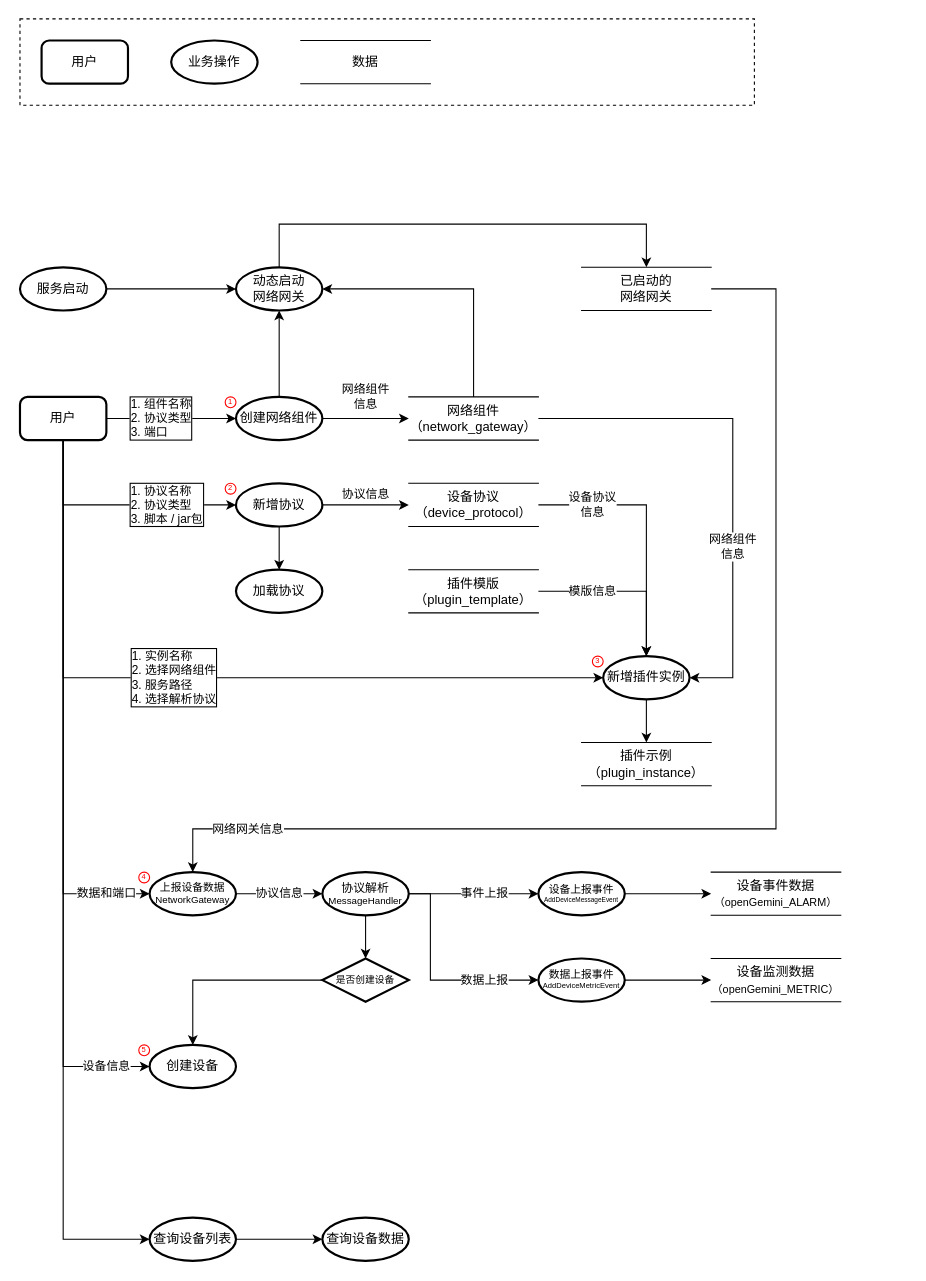
Earlier version of the draw.io diagram others/数字孪生.drawio (Qunz/drawio). Source tidied: cells renumbered, new cells numbered last; positions are measured from the earlier drawing's top-left corner, leaving out a move shared by most shapes. Both pictures are drawn from the tidied source at 108%, with x=0, y=0 at pixel (19, 18).
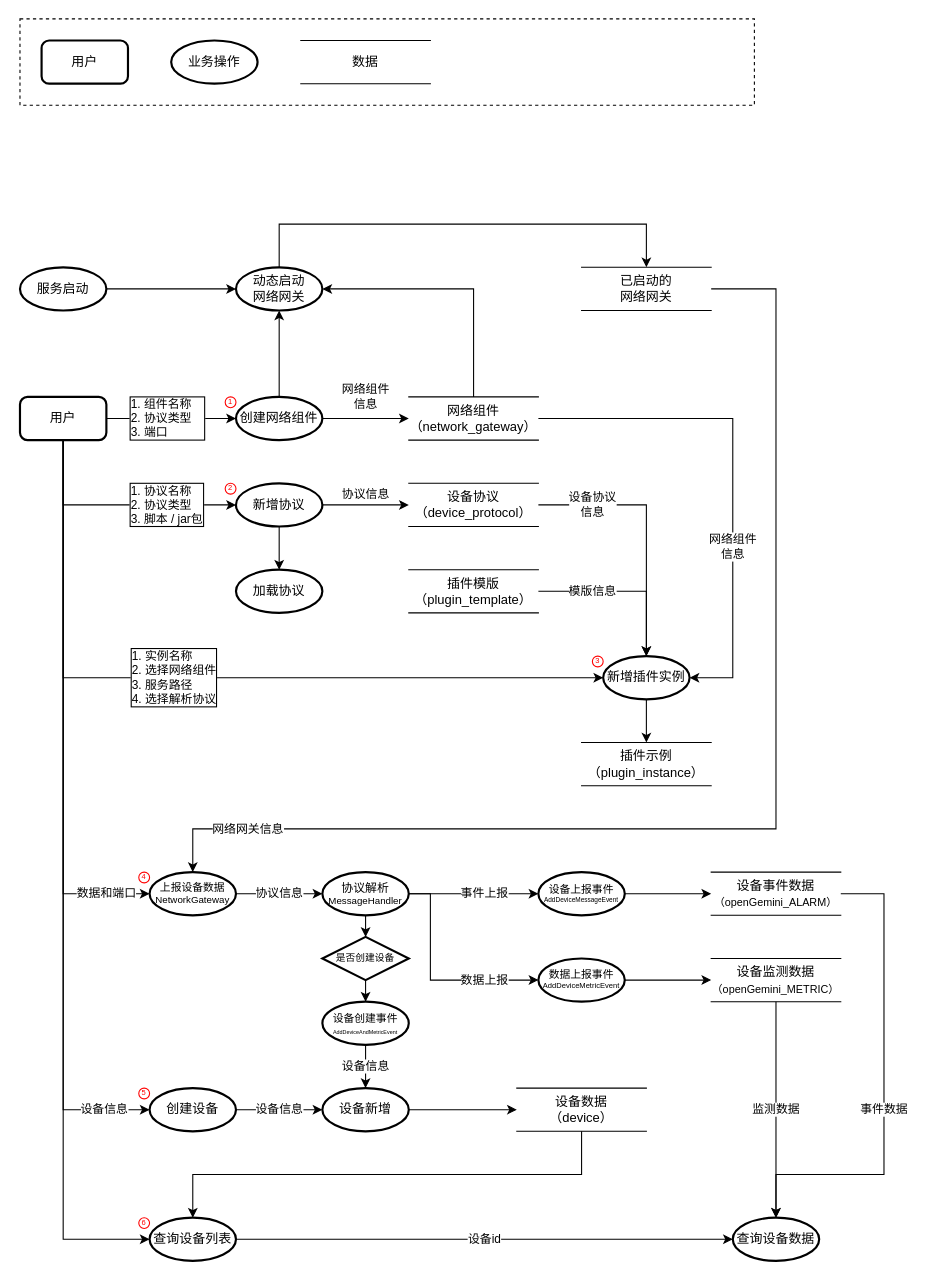
The same diagram, later.

Commit message:
更新数字孪生.drawio

Unchanged cells that the change refers to:
```xml
<mxCell id="4" value="用户" style="rounded=1;whiteSpace=wrap;html=1;absoluteArcSize=1;arcSize=14;strokeWidth=2;" parent="1" vertex="1">
  <mxGeometry y="350" width="80" height="40" as="geometry" />
</mxCell>
<mxCell id="7" value="创建网络组件" style="strokeWidth=2;html=1;shape=mxgraph.flowchart.start_1;whiteSpace=wrap;" parent="1" vertex="1">
  <mxGeometry x="200" y="350" width="80" height="40" as="geometry" />
</mxCell>
<mxCell id="36" value="查询设备列表" style="strokeWidth=2;html=1;shape=mxgraph.flowchart.start_1;whiteSpace=wrap;" parent="1" vertex="1">
  <mxGeometry x="120" y="1110" width="80" height="40" as="geometry" />
</mxCell>
<mxCell id="48" value="&lt;font style=&quot;font-size: 11px;&quot;&gt;协议解析&lt;/font&gt;&lt;div&gt;MessageHandler&lt;/div&gt;" style="strokeWidth=2;html=1;shape=mxgraph.flowchart.start_1;whiteSpace=wrap;fontSize=9;" parent="1" vertex="1">
  <mxGeometry x="280" y="790" width="80" height="40" as="geometry" />
</mxCell>
<mxCell id="67" value="设备监测数据&lt;br&gt;&lt;font style=&quot;font-size: 10px;&quot;&gt;（openGemini_METRIC）&lt;/font&gt;" style="shape=partialRectangle;whiteSpace=wrap;html=1;left=0;right=0;fillColor=none;" parent="1" vertex="1">
  <mxGeometry x="640" y="870" width="120" height="40" as="geometry" />
</mxCell>
<mxCell id="68" value="设备事件数据&lt;br&gt;&lt;font style=&quot;font-size: 10px;&quot;&gt;（openGemini_ALARM）&lt;/font&gt;" style="shape=partialRectangle;whiteSpace=wrap;html=1;left=0;right=0;fillColor=none;" parent="1" vertex="1">
  <mxGeometry x="640" y="790" width="120" height="40" as="geometry" />
</mxCell>
```

Diff of the diagram source:
```diff
@@
-    <mxCell id="2" value="1. 组件名称&lt;div&gt;2. 协议类型&lt;/div&gt;&lt;div&gt;3. 端口&lt;/div&gt;" style="edgeStyle=orthogonalEdgeStyle;rounded=0;jettySize=auto;html=1;align=left;textShadow=0;labelBorderColor=default;" parent="1" edge="1" source="4" target="7">
+    <mxCell id="2" value="1. 组件名称&amp;nbsp; &amp;nbsp;&amp;nbsp;&lt;div&gt;2. 协议类型&lt;/div&gt;&lt;div&gt;3. 端口&lt;/div&gt;" style="edgeStyle=orthogonalEdgeStyle;rounded=0;jettySize=auto;html=1;align=left;textShadow=0;labelBorderColor=default;" parent="1" edge="1" source="4" target="7">
       <mxGeometry x="-0.67" relative="1" as="geometry">
         <Array as="points">
           <mxPoint x="170" y="370" />
           <mxPoint x="170" y="370" />
         </Array>
       </mxGeometry>
     </mxCell>
@@
-    <mxCell id="35" style="edgeStyle=orthogonalEdgeStyle;rounded=0;jettySize=auto;html=1;" parent="1" edge="1" source="36" target="37">
+    <mxCell id="35" value="设备id" style="edgeStyle=orthogonalEdgeStyle;rounded=0;jettySize=auto;html=1;" parent="1" edge="1" source="36" target="37">
       <mxGeometry relative="1" as="geometry" />
     </mxCell>
@@
     <mxCell id="37" value="查询设备数据" style="strokeWidth=2;html=1;shape=mxgraph.flowchart.start_1;whiteSpace=wrap;" parent="1" vertex="1">
-      <mxGeometry x="280" y="1110" width="80" height="40" as="geometry" />
+      <mxGeometry x="660" y="1110" width="80" height="40" as="geometry" />
     </mxCell>
@@
     <mxCell id="43" style="group;" parent="1" vertex="1">
-      <mxGeometry x="110" y="950" width="10" height="10" as="geometry" />
+      <mxGeometry x="110" y="990" width="10" height="10" as="geometry" />
     </mxCell>
@@
-    <mxCell id="47" style="edgeStyle=orthogonalEdgeStyle;rounded=0;jettySize=auto;html=1;" parent="1" edge="1" source="48" target="61">
+    <mxCell id="47" style="edgeStyle=orthogonalEdgeStyle;rounded=0;jettySize=auto;html=1;entryX=0.5;entryY=0;entryDx=0;entryDy=0;" parent="1" edge="1" source="48" target="61">
       <mxGeometry relative="1" as="geometry" />
     </mxCell>
@@
+    <mxCell id="70" style="edgeStyle=orthogonalEdgeStyle;rounded=0;jettySize=auto;html=1;" parent="1" edge="1" source="61" target="74">
+      <mxGeometry relative="1" as="geometry" />
+    </mxCell>
     <mxCell id="61" value="是否创建设备" style="rhombus;whiteSpace=wrap;html=1;fontSize=9;strokeWidth=2;" parent="1" vertex="1">
-      <mxGeometry x="280" y="870" width="80" height="40" as="geometry" />
+      <mxGeometry x="280" y="850" width="80" height="40" as="geometry" />
     </mxCell>
+    <mxCell id="71" value="设备信息" style="edgeStyle=orthogonalEdgeStyle;rounded=0;jettySize=auto;html=1;" parent="1" edge="1" source="62" target="76">
+      <mxGeometry relative="1" as="geometry" />
+    </mxCell>
     <mxCell id="62" value="创建设备" style="strokeWidth=2;html=1;shape=mxgraph.flowchart.start_1;whiteSpace=wrap;" parent="1" vertex="1">
-      <mxGeometry x="120" y="950" width="80" height="40" as="geometry" />
+      <mxGeometry x="120" y="990" width="80" height="40" as="geometry" />
     </mxCell>
-    <mxCell id="63" style="edgeStyle=orthogonalEdgeStyle;rounded=0;jettySize=auto;html=1;entryX=0.5;entryY=0;entryDx=0;entryDy=0;entryPerimeter=0;" parent="1" edge="1" source="61" target="62">
-      <mxGeometry relative="1" as="geometry" />
-    </mxCell>
@@
+    <mxCell id="72" value="事件数据" style="edgeStyle=orthogonalEdgeStyle;rounded=0;jettySize=auto;html=1;exitX=1;exitY=0.5;exitDx=0;exitDy=0;" parent="1" edge="1" source="68">
+      <mxGeometry x="0.09" relative="1" as="geometry">
+        <mxPoint x="700" y="1110" as="targetPoint" />
+        <Array as="points">
+          <mxPoint x="800" y="810" />
+          <mxPoint x="800" y="1070" />
+          <mxPoint x="700" y="1070" />
+        </Array>
+      </mxGeometry>
+    </mxCell>
@@
     <mxCell id="69" value="设备信息" style="edgeStyle=orthogonalEdgeStyle;rounded=0;jettySize=auto;html=1;entryX=0;entryY=0.5;entryDx=0;entryDy=0;entryPerimeter=0;" parent="1" edge="1" source="4" target="62">
       <mxGeometry x="0.88" relative="1" as="geometry">
         <Array as="points">
-          <mxPoint x="40" y="970" />
+          <mxPoint x="40" y="1010" />
         </Array>
       </mxGeometry>
     </mxCell>
+    <mxCell id="73" value="设备信息" style="edgeStyle=orthogonalEdgeStyle;rounded=0;jettySize=auto;html=1;" parent="1" edge="1" source="74" target="76">
+      <mxGeometry relative="1" as="geometry">
+        <Array as="points">
+          <mxPoint x="320" y="970" />
+          <mxPoint x="320" y="970" />
+        </Array>
+      </mxGeometry>
+    </mxCell>
+    <mxCell id="74" value="&lt;div style=&quot;line-height: 90%;&quot;&gt;&lt;font style=&quot;font-size: 10px; line-height: 90%;&quot;&gt;设备创建事件&lt;/font&gt;&lt;div&gt;&lt;font style=&quot;font-size: 5px; line-height: 90%;&quot;&gt;AddDeviceAndMetricEvent&lt;/font&gt;&lt;/div&gt;&lt;/div&gt;" style="strokeWidth=2;html=1;shape=mxgraph.flowchart.start_1;whiteSpace=wrap;verticalAlign=middle;" parent="1" vertex="1">
+      <mxGeometry x="280" y="910" width="80" height="40" as="geometry" />
+    </mxCell>
+    <mxCell id="75" style="edgeStyle=orthogonalEdgeStyle;rounded=0;jettySize=auto;html=1;" parent="1" edge="1" source="76" target="78">
+      <mxGeometry relative="1" as="geometry" />
+    </mxCell>
+    <mxCell id="76" value="设备新增" style="strokeWidth=2;html=1;shape=mxgraph.flowchart.start_1;whiteSpace=wrap;" parent="1" vertex="1">
+      <mxGeometry x="280" y="990" width="80" height="40" as="geometry" />
+    </mxCell>
+    <mxCell id="77" style="edgeStyle=orthogonalEdgeStyle;rounded=0;jettySize=auto;html=1;" parent="1" edge="1" source="78" target="36">
+      <mxGeometry relative="1" as="geometry">
+        <Array as="points">
+          <mxPoint x="520" y="1070" />
+          <mxPoint x="160" y="1070" />
+        </Array>
+      </mxGeometry>
+    </mxCell>
+    <mxCell id="78" value="设备数据&lt;br&gt;&lt;font&gt;（device）&lt;/font&gt;" style="shape=partialRectangle;whiteSpace=wrap;html=1;left=0;right=0;fillColor=none;" parent="1" vertex="1">
+      <mxGeometry x="460" y="990" width="120" height="40" as="geometry" />
+    </mxCell>
+    <mxCell id="79" value="监测数据" style="edgeStyle=orthogonalEdgeStyle;rounded=0;jettySize=auto;html=1;entryX=0.5;entryY=0;entryDx=0;entryDy=0;entryPerimeter=0;" parent="1" edge="1" source="67" target="37">
+      <mxGeometry relative="1" as="geometry" />
+    </mxCell>
+    <mxCell id="80" style="group;" parent="1" vertex="1">
+      <mxGeometry x="110" y="1110" width="10" height="10" as="geometry" />
+    </mxCell>
+    <mxCell id="81" style="ellipse;whiteSpace=wrap;html=1;fillColor=none;strokeColor=#FF0000;" parent="80" vertex="1">
+      <mxGeometry width="10" height="10" as="geometry" />
+    </mxCell>
+    <mxCell id="82" value="&lt;font color=&quot;#ff0000&quot;&gt;6&lt;/font&gt;" style="text;html=1;whiteSpace=wrap;strokeColor=none;fillColor=none;align=center;verticalAlign=middle;rounded=0;fontSize=7;" parent="80" vertex="1">
+      <mxGeometry width="10" height="10" as="geometry" />
+    </mxCell>
```
